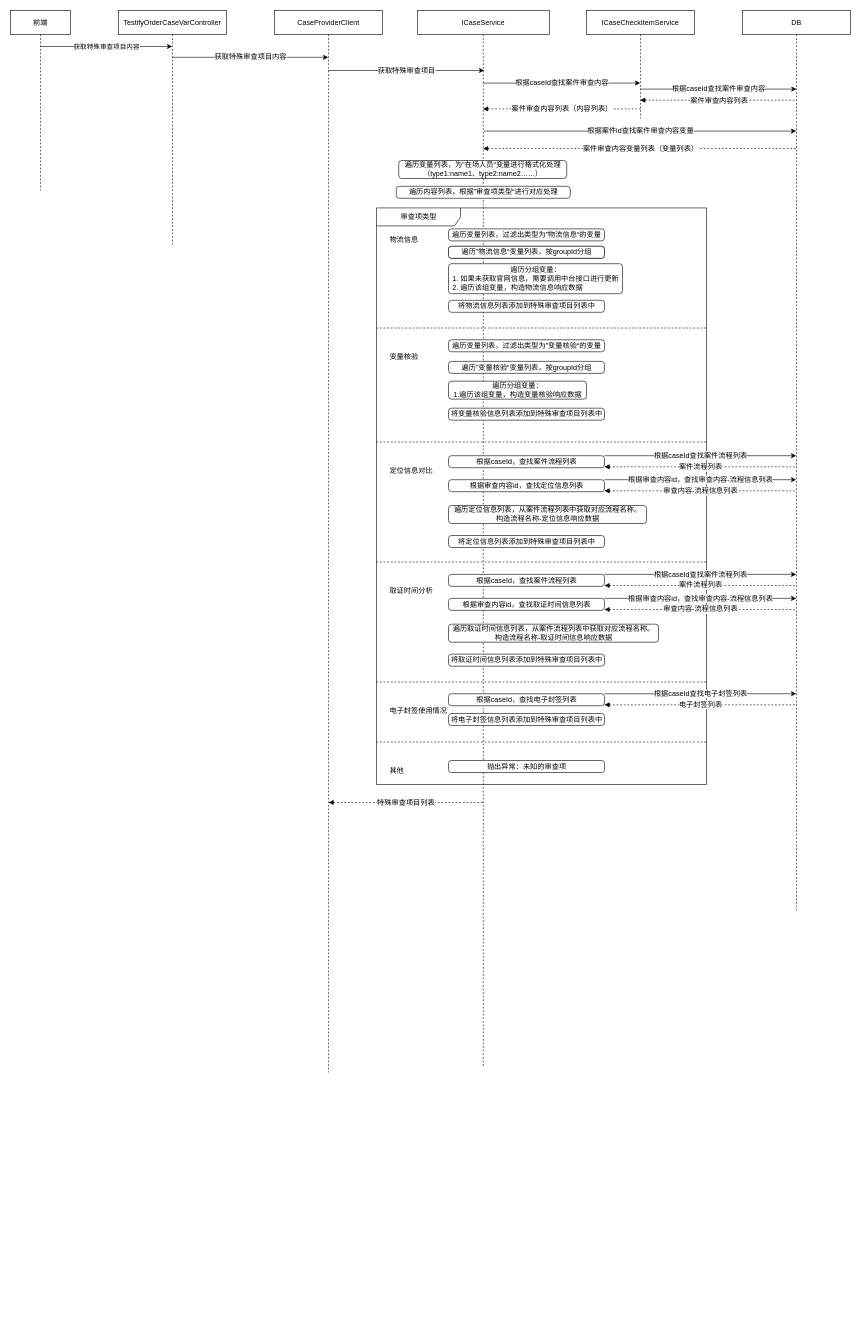
This is others/获取特殊审查项目内容接口.drawio from Xianhuii/draw, a draw.io file, before an edit. Source tidied: cells renumbered, new cells numbered last; positions are measured from the earlier drawing's top-left corner, leaving out a move shared by most shapes. Both pictures are drawn from the tidied source at 60%, with x=0, y=0 at pixel (10, 10).
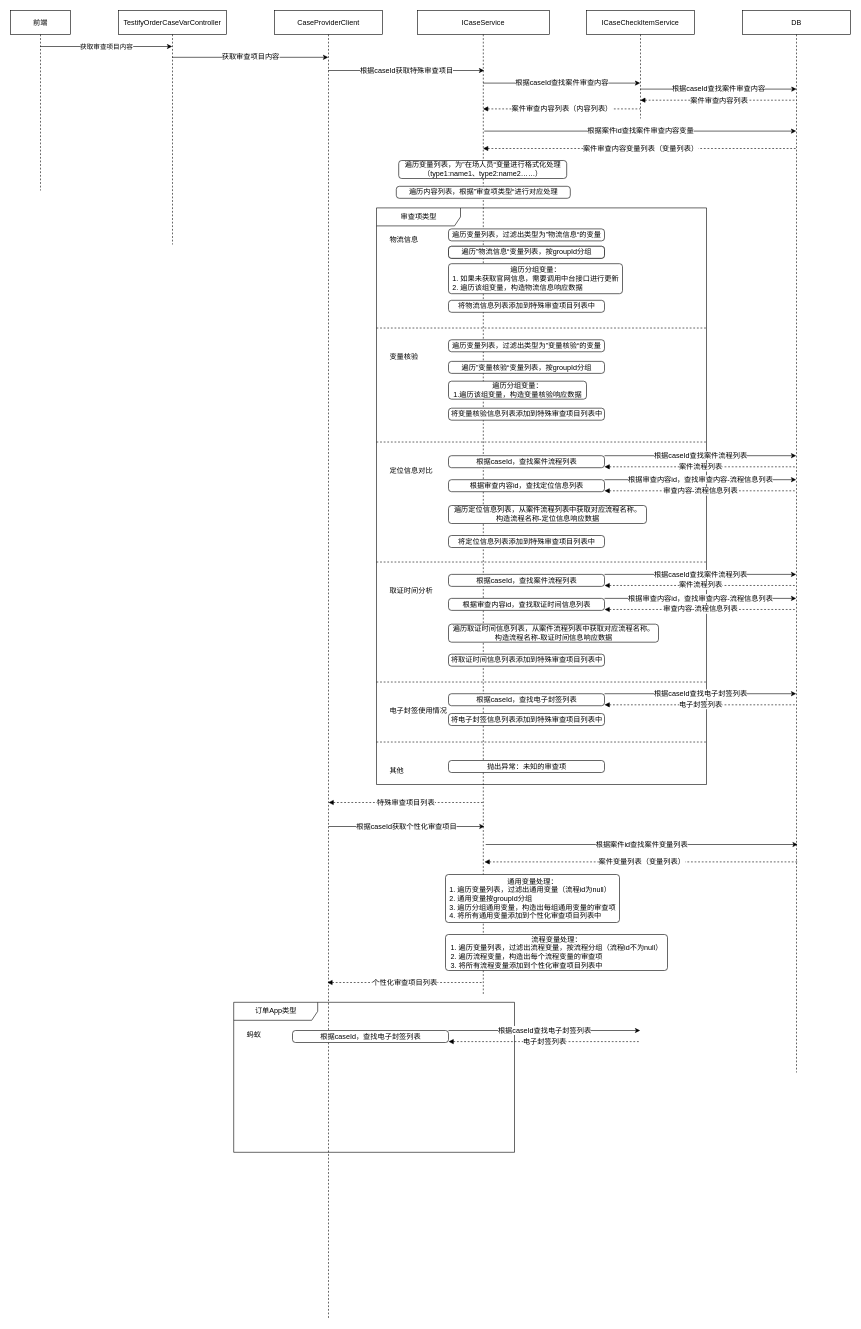
The same diagram, later.

Commit message (it also covers changes not shown here):
更新获取特殊审查项目内容接口.drawio

Diff of the diagram source:
```diff
@@
-    <mxCell id="2" value="获取特殊审查项目内容" style="edgeStyle=orthogonalEdgeStyle;rounded=0;orthogonalLoop=1;jettySize=auto;html=1;" parent="1" edge="1">
+    <mxCell id="2" value="获取审查项目内容" style="edgeStyle=orthogonalEdgeStyle;rounded=0;orthogonalLoop=1;jettySize=auto;html=1;" parent="1" edge="1">
       <mxGeometry relative="1" as="geometry">
         <mxPoint x="49.5" y="60" as="sourcePoint" />
         <mxPoint x="269.5" y="60" as="targetPoint" />
       </mxGeometry>
     </mxCell>
@@
-    <mxCell id="4" value="获取特殊审查项目内容" style="edgeStyle=orthogonalEdgeStyle;rounded=0;orthogonalLoop=1;jettySize=auto;html=1;fontFamily=Helvetica;fontSize=12;" parent="1" edge="1">
+    <mxCell id="4" value="获取审查项目内容" style="edgeStyle=orthogonalEdgeStyle;rounded=0;orthogonalLoop=1;jettySize=auto;html=1;fontFamily=Helvetica;fontSize=12;" parent="1" edge="1">
       <mxGeometry relative="1" as="geometry">
         <mxPoint x="269.5" y="78" as="sourcePoint" />
         <mxPoint x="529.5" y="78" as="targetPoint" />
       </mxGeometry>
     </mxCell>
@@
-    <mxCell id="6" value="获取特殊审查项目" style="rounded=0;orthogonalLoop=1;jettySize=auto;html=1;fontFamily=Helvetica;fontSize=12;" parent="1" edge="1">
+    <mxCell id="6" value="根据caseId获取特殊审查项目" style="rounded=0;orthogonalLoop=1;jettySize=auto;html=1;fontFamily=Helvetica;fontSize=12;" parent="1" edge="1">
       <mxGeometry relative="1" as="geometry">
         <mxPoint x="529.5" y="100" as="sourcePoint" />
         <mxPoint x="789.5" y="100" as="targetPoint" />
       </mxGeometry>
     </mxCell>
     <mxCell id="7" value="CaseProviderClient" style="shape=umlLifeline;perimeter=lifelinePerimeter;whiteSpace=wrap;html=1;" parent="1" vertex="1">
-      <mxGeometry x="440" width="180" height="1770" as="geometry" />
+      <mxGeometry x="440" width="180" height="2180" as="geometry" />
     </mxCell>
@@
     <mxCell id="9" value="ICaseService" style="shape=umlLifeline;perimeter=lifelinePerimeter;whiteSpace=wrap;html=1;outlineConnect=0;" parent="1" vertex="1">
-      <mxGeometry x="678" width="220" height="1760" as="geometry" />
+      <mxGeometry x="678" width="220" height="1640" as="geometry" />
     </mxCell>
@@
+    <mxCell id="57" value="根据caseId获取个性化审查项目" style="rounded=0;orthogonalLoop=1;jettySize=auto;html=1;fontFamily=Helvetica;fontSize=12;" parent="9" edge="1">
+      <mxGeometry relative="1" as="geometry">
+        <mxPoint x="-148" y="1360" as="sourcePoint" />
+        <mxPoint x="112" y="1360" as="targetPoint" />
+      </mxGeometry>
+    </mxCell>
@@
     <mxCell id="13" value="DB" style="shape=umlLifeline;perimeter=lifelinePerimeter;whiteSpace=wrap;html=1;" parent="1" vertex="1">
-      <mxGeometry x="1220" width="180" height="1500" as="geometry" />
+      <mxGeometry x="1220" width="180" height="1770" as="geometry" />
     </mxCell>
@@
+    <mxCell id="58" value="案件变量列表（变量列表）" style="edgeStyle=none;rounded=0;orthogonalLoop=1;jettySize=auto;html=1;fontFamily=Helvetica;fontSize=12;endArrow=none;endFill=0;startArrow=block;startFill=1;dashed=1;" parent="13" edge="1">
+      <mxGeometry relative="1" as="geometry">
+        <mxPoint x="-430" y="1419" as="sourcePoint" />
+        <mxPoint x="93.5" y="1419" as="targetPoint" />
+        <Array as="points">
+          <mxPoint x="-26.5" y="1419" />
+        </Array>
+      </mxGeometry>
+    </mxCell>
+    <mxCell id="59" value="根据案件id查找案件变量列表" style="edgeStyle=none;rounded=0;orthogonalLoop=1;jettySize=auto;html=1;fontFamily=Helvetica;fontSize=12;" parent="13" edge="1">
+      <mxGeometry relative="1" as="geometry">
+        <mxPoint x="-428" y="1390" as="sourcePoint" />
+        <mxPoint x="92" y="1390" as="targetPoint" />
+      </mxGeometry>
+    </mxCell>
@@
+    <mxCell id="60" value="&lt;div&gt;通用变量处理：&lt;/div&gt;&lt;div align=&quot;left&quot;&gt;1. 遍历变量列表，过滤出通用变量（流程id为null）&lt;/div&gt;&lt;div align=&quot;left&quot;&gt;2. 通用变量按groupId分组&lt;/div&gt;&lt;div align=&quot;left&quot;&gt;3. 遍历分组通用变量，构造出每组通用变量的审查项&lt;/div&gt;&lt;div align=&quot;left&quot;&gt;4. 将所有通用变量添加到个性化审查项目列表中&lt;br&gt;&lt;/div&gt;" style="html=1;align=center;verticalAlign=middle;rounded=1;absoluteArcSize=1;arcSize=10;dashed=0;fontFamily=Helvetica;fontSize=12;" parent="1" vertex="1">
+      <mxGeometry x="725" y="1440" width="290" height="80" as="geometry" />
+    </mxCell>
+    <mxCell id="61" value="&lt;div&gt;流程变量处理：&lt;/div&gt;&lt;div align=&quot;left&quot;&gt;1. 遍历变量列表，过滤出流程变量，按流程分组（流程id不为null）&lt;/div&gt;&lt;div align=&quot;left&quot;&gt;2. 遍历流程变量，构造出每个流程变量的审查项&lt;/div&gt;&lt;div align=&quot;left&quot;&gt;3. 将所有流程变量添加到个性化审查项目列表中&lt;br&gt;&lt;/div&gt;" style="html=1;align=center;verticalAlign=middle;rounded=1;absoluteArcSize=1;arcSize=10;dashed=0;fontFamily=Helvetica;fontSize=12;" parent="1" vertex="1">
+      <mxGeometry x="725" y="1540" width="370" height="60" as="geometry" />
+    </mxCell>
+    <mxCell id="62" value="个性化审查项目列表" style="rounded=0;orthogonalLoop=1;jettySize=auto;html=1;fontFamily=Helvetica;fontSize=12;endArrow=none;endFill=0;startArrow=block;startFill=1;dashed=1;" parent="1" edge="1">
+      <mxGeometry relative="1" as="geometry">
+        <mxPoint x="528" y="1620" as="sourcePoint" />
+        <mxPoint x="785.5" y="1620" as="targetPoint" />
+      </mxGeometry>
+    </mxCell>
+    <mxCell id="63" value="订单App类型" style="shape=umlFrame;tabWidth=110;tabHeight=30;tabPosition=left;html=1;boundedLbl=1;labelInHeader=1;width=140;height=30;fontFamily=Helvetica;fontSize=12;" parent="1" vertex="1">
+      <mxGeometry x="372" y="1653" width="468" height="250" as="geometry" />
+    </mxCell>
+    <mxCell id="64" value="蚂蚁" style="text;fontFamily=Helvetica;fontSize=12;" parent="63" vertex="1">
+      <mxGeometry width="100" height="20" relative="1" as="geometry">
+        <mxPoint x="20" y="40" as="offset" />
+      </mxGeometry>
+    </mxCell>
+    <mxCell id="65" value="根据caseId查找电子封签列表" style="edgeStyle=none;rounded=0;orthogonalLoop=1;jettySize=auto;html=1;fontFamily=Helvetica;fontSize=12;" parent="1" edge="1">
+      <mxGeometry relative="1" as="geometry">
+        <mxPoint x="730" y="1700" as="sourcePoint" />
+        <mxPoint x="1049.5" y="1700" as="targetPoint" />
+      </mxGeometry>
+    </mxCell>
+    <mxCell id="66" value="电子封签列表" style="edgeStyle=none;rounded=0;orthogonalLoop=1;jettySize=auto;html=1;fontFamily=Helvetica;fontSize=12;endArrow=none;endFill=0;startArrow=block;startFill=1;dashed=1;" parent="1" edge="1">
+      <mxGeometry relative="1" as="geometry">
+        <mxPoint x="730" y="1718.5" as="sourcePoint" />
+        <mxPoint x="1049.5" y="1718.5" as="targetPoint" />
+        <Array as="points">
+          <mxPoint x="871" y="1718.5" />
+        </Array>
+      </mxGeometry>
+    </mxCell>
+    <mxCell id="67" value="根据caseId，查找电子封签列表" style="html=1;align=center;verticalAlign=middle;rounded=1;absoluteArcSize=1;arcSize=10;dashed=0;fontFamily=Helvetica;fontSize=12;" parent="1" vertex="1">
+      <mxGeometry x="470" y="1700" width="260" height="20" as="geometry" />
+    </mxCell>
```
